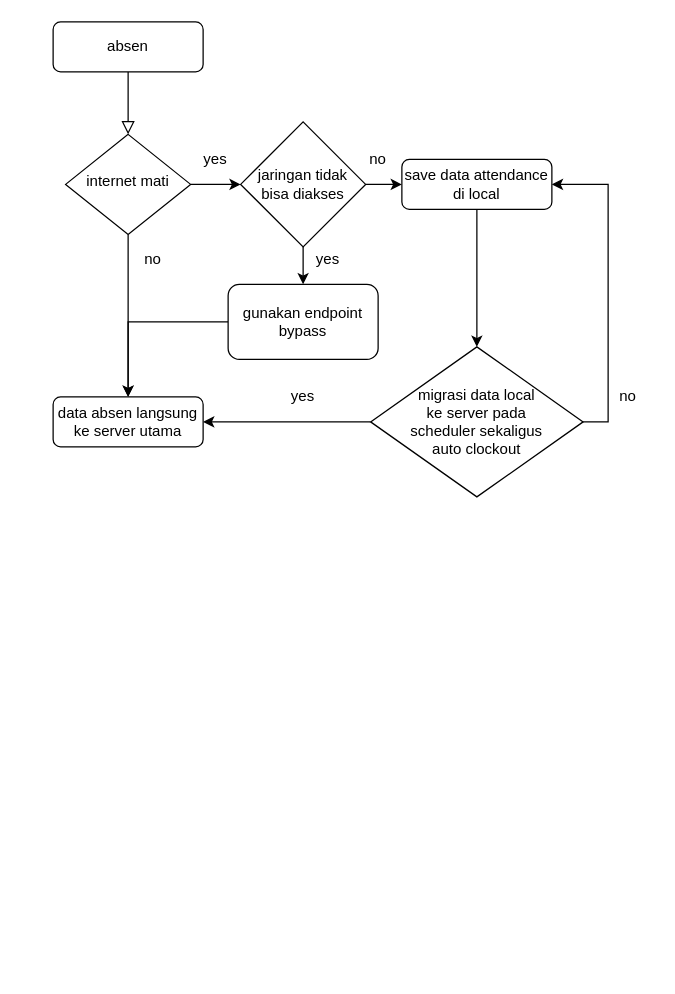
The draw.io diagram Temp/Untitled Diagram.drawio in rahmatik1010/VR_panward, before the edit. Source tidied: cells renumbered, new cells numbered last; positions are measured from the earlier drawing's top-left corner, leaving out a move shared by most shapes. Both pictures are drawn from the tidied source at 125%, with x=0, y=0 at pixel (52, 21).
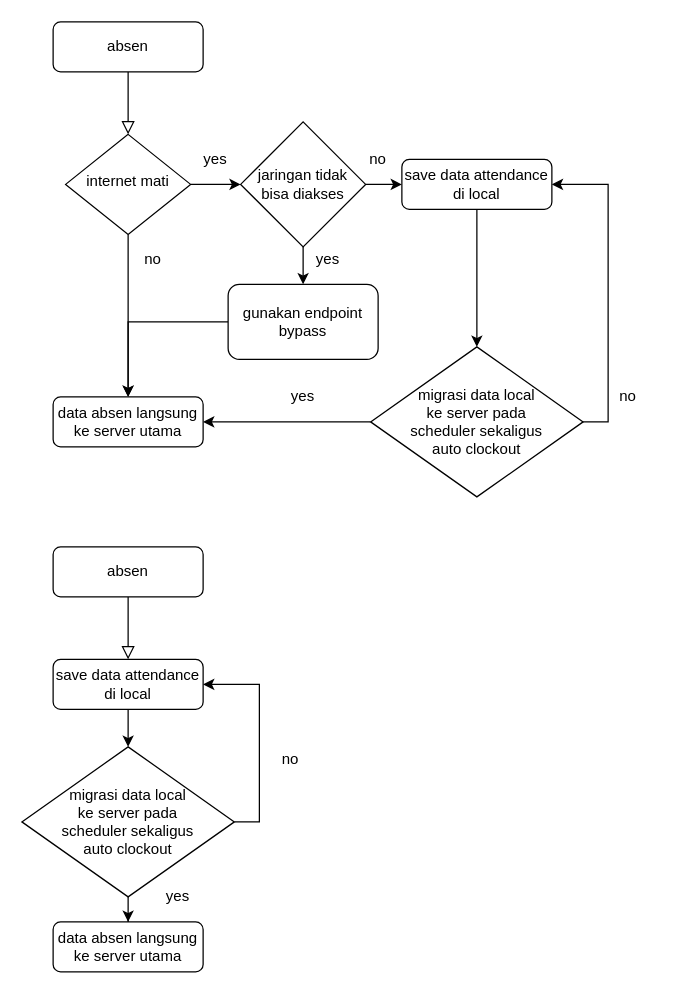
After the change.

Diff of the diagram source:
```diff
@@
+    <mxCell id="24" style="rounded=0;html=1;jettySize=auto;fontSize=11;endArrow=block;endFill=0;endSize=8;strokeWidth=1;shadow=0;labelBackgroundColor=none;edgeStyle=orthogonalEdgeStyle;" parent="1" edge="1" source="25">
+      <mxGeometry relative="1" as="geometry">
+        <mxPoint x="60" y="510" as="targetPoint" />
+      </mxGeometry>
+    </mxCell>
+    <mxCell id="25" value="absen" style="rounded=1;whiteSpace=wrap;html=1;fontSize=12;glass=0;strokeWidth=1;shadow=0;" parent="1" vertex="1">
+      <mxGeometry y="420" width="120" height="40" as="geometry" />
+    </mxCell>
+    <mxCell id="26" value="data absen langsung ke server utama" style="rounded=1;whiteSpace=wrap;html=1;fontSize=12;glass=0;strokeWidth=1;shadow=0;" parent="1" vertex="1">
+      <mxGeometry y="720" width="120" height="40" as="geometry" />
+    </mxCell>
+    <mxCell id="27" style="edgeStyle=orthogonalEdgeStyle;rounded=0;jettySize=auto;html=1;" parent="1" edge="1" source="28" target="31">
+      <mxGeometry relative="1" as="geometry" />
+    </mxCell>
+    <mxCell id="28" value="save data attendance di local" style="rounded=1;whiteSpace=wrap;html=1;fontSize=12;glass=0;strokeWidth=1;shadow=0;" parent="1" vertex="1">
+      <mxGeometry y="510" width="120" height="40" as="geometry" />
+    </mxCell>
+    <mxCell id="29" style="edgeStyle=orthogonalEdgeStyle;rounded=0;jettySize=auto;html=1;entryX=1;entryY=0.5;entryDx=0;entryDy=0;exitX=1;exitY=0.5;exitDx=0;exitDy=0;" parent="1" edge="1" source="31" target="28">
+      <mxGeometry relative="1" as="geometry" />
+    </mxCell>
+    <mxCell id="30" style="edgeStyle=orthogonalEdgeStyle;rounded=0;jettySize=auto;html=1;" parent="1" edge="1" source="31" target="26">
+      <mxGeometry relative="1" as="geometry" />
+    </mxCell>
+    <mxCell id="31" value="&lt;div&gt;migrasi data local &lt;br&gt;&lt;/div&gt;&lt;div&gt;ke server pada &lt;br&gt;&lt;/div&gt;&lt;div&gt;scheduler sekaligus &lt;br&gt;&lt;/div&gt;&lt;div&gt;auto clockout&lt;/div&gt;" style="rhombus;whiteSpace=wrap;html=1;" parent="1" vertex="1">
+      <mxGeometry x="-25" y="580" width="170" height="120" as="geometry" />
+    </mxCell>
+    <mxCell id="32" value="&lt;div&gt;no&lt;/div&gt;" style="text;html=1;strokeColor=none;fillColor=none;align=center;verticalAlign=middle;whiteSpace=wrap;rounded=0;" parent="1" vertex="1">
+      <mxGeometry x="170" y="580" width="40" height="20" as="geometry" />
+    </mxCell>
+    <mxCell id="33" value="&lt;div&gt;yes&lt;/div&gt;" style="text;html=1;strokeColor=none;fillColor=none;align=center;verticalAlign=middle;whiteSpace=wrap;rounded=0;" parent="1" vertex="1">
+      <mxGeometry x="80" y="690" width="40" height="20" as="geometry" />
+    </mxCell>
```
